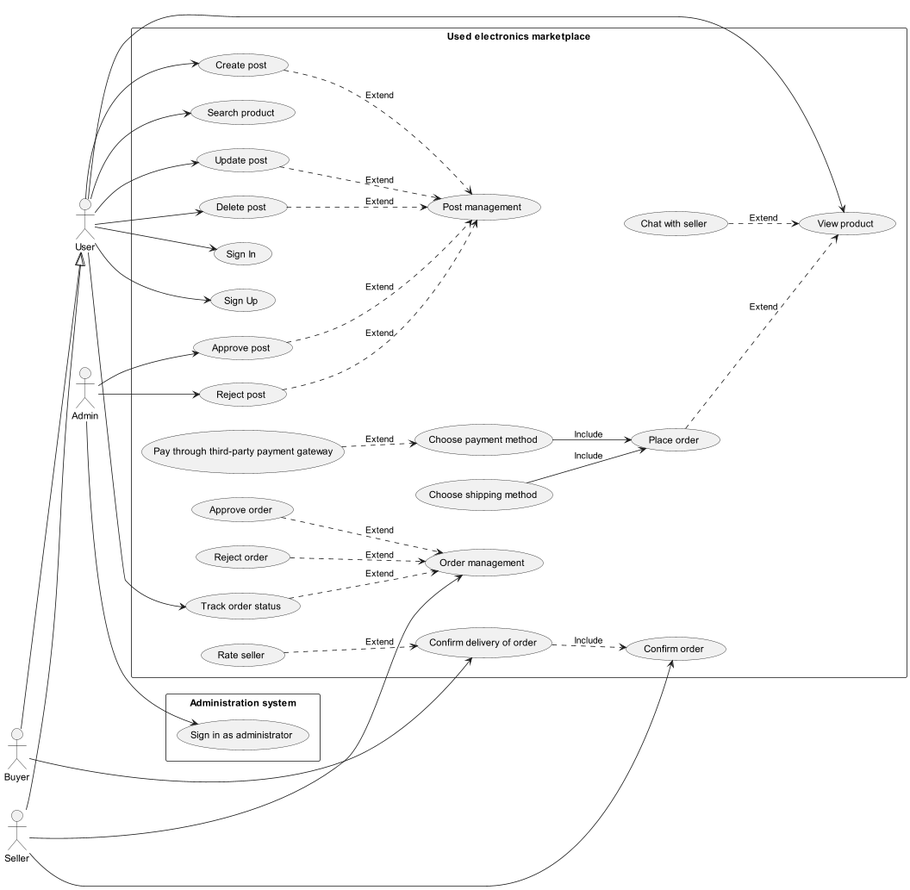
This is Lab 1.2/img/use-case.png from doublek2712/SE357-Pratice-class, a PlantUML export, as it was before one commit.
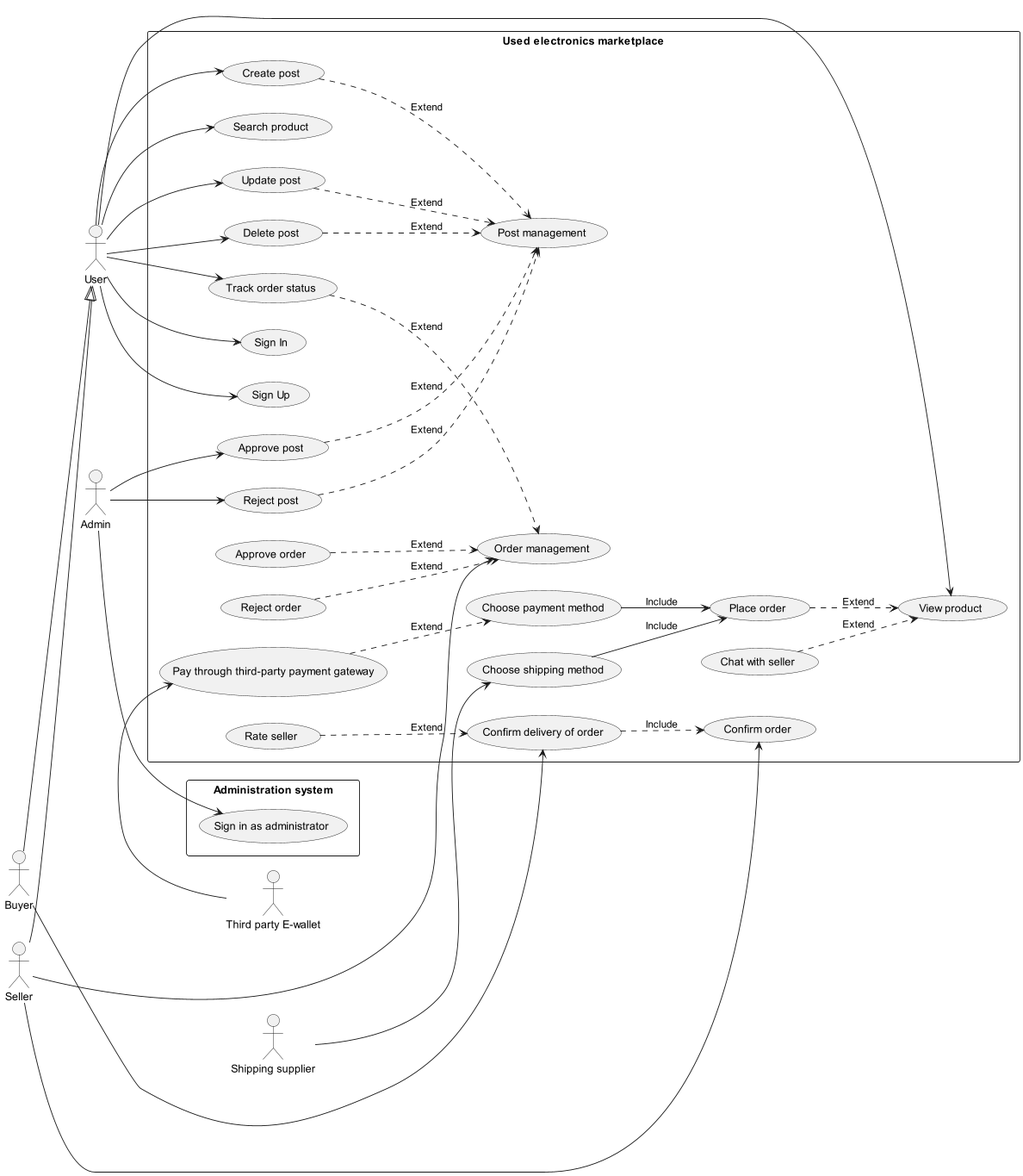
After the commit.

Commit message:
update use case

Change to the diagram source:
```diff
@@ -5,6 +5,8 @@
 actor Admin
 actor Buyer
 actor Seller
+actor "Shipping supplier"
+actor "Third party E-wallet"
 rectangle "Used electronics marketplace" {
     User --> (Sign In)
     User --> (Sign Up)
@@ -19,7 +21,9 @@
     (Place order) ..> (View product): Extend
     (Choose payment method) --> (Place order): Include
     (Choose shipping method) --> (Place order): Include
+    "Shipping supplier" --> (Choose shipping method)
     (Pay through third-party payment gateway) ..> (Choose payment method): Extend
+    "Third party E-wallet" -> (Pay through third-party payment gateway)
     User --> (Create post)
     User --> (Update post)
     User --> (Delete post)
```
